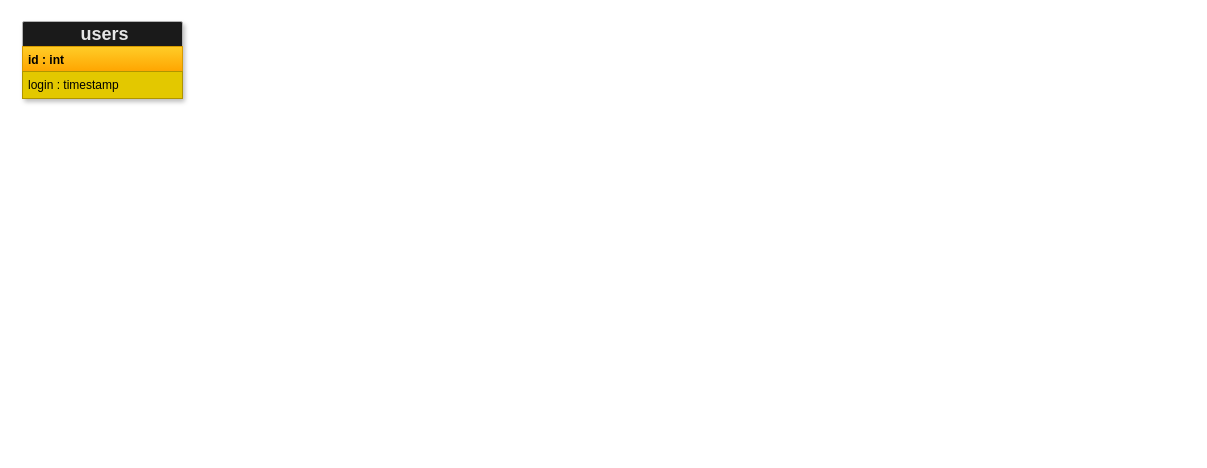
Before: page "v1.0" (1 of 2) of docs/ru/projects/openschool-map.drawio in grandcore/grandcore.github.io, a draw.io diagram. Source tidied: cells renumbered, new cells numbered last; positions are measured from the earlier drawing's top-left corner, leaving out a move shared by most shapes. Both pictures are drawn from the tidied source at 100%, with x=0, y=0 at pixel (22, 21).
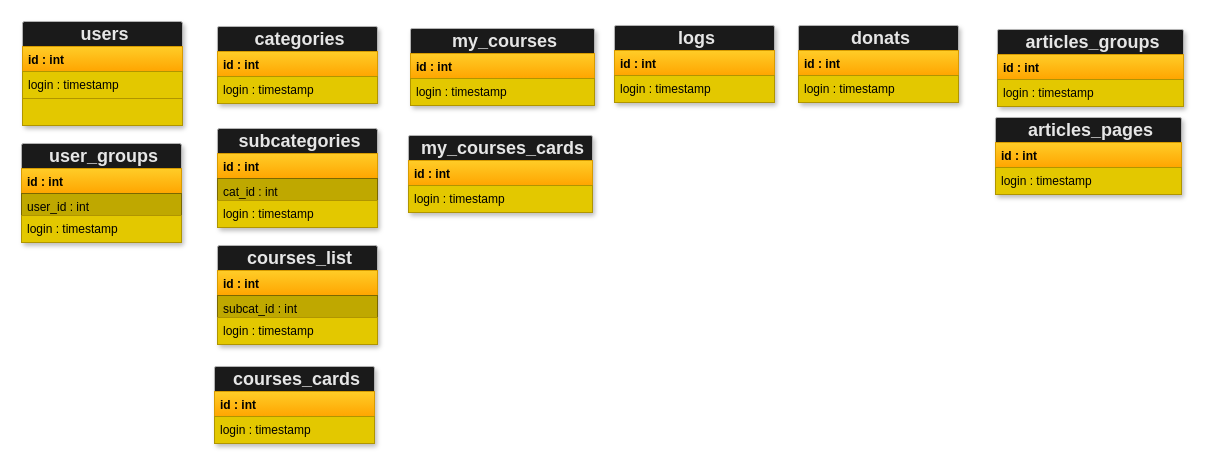
The same diagram, later.

The edit, as a diff of the source:
```diff
@@
     <mxCell id="2" style="fontStyle=1;align=center;verticalAlign=top;horizontal=1;fontColor=#ffffff;shadow=1;rounded=1;arcSize=2;strokeWidth=1;sketch=0;fillColor=#1A1A1A;strokeColor=#B3B3B3;" parent="1" vertex="1">
-      <mxGeometry width="160" height="77" as="geometry" />
+      <mxGeometry width="160" height="104" as="geometry" />
     </mxCell>
@@
+    <mxCell id="6" style="html=1;align=left;spacingLeft=4;verticalAlign=top;strokeColor=#B09500;fillColor=#e3c800;fontColor=#000000;rounded=0;" parent="2" vertex="1">
+      <mxGeometry y="77" width="160" height="27" as="geometry" />
+    </mxCell>
+    <mxCell id="7" style="fontStyle=1;align=center;verticalAlign=top;horizontal=1;fontColor=#ffffff;shadow=1;rounded=1;arcSize=2;strokeWidth=1;sketch=0;fillColor=#1A1A1A;strokeColor=#B3B3B3;" parent="1" vertex="1">
+      <mxGeometry x="-1" y="122" width="160" height="99" as="geometry" />
+    </mxCell>
+    <mxCell id="8" value="&lt;b&gt;&lt;font style=&quot;font-size: 18px&quot; color=&quot;#e6e6e6&quot;&gt;user_groups&lt;/font&gt;&lt;/b&gt;" style="html=1;align=center;spacingLeft=4;verticalAlign=middle;strokeColor=none;fillColor=none;" parent="7" vertex="1">
+      <mxGeometry width="160" height="25" as="geometry" />
+    </mxCell>
+    <mxCell id="9" value="&lt;b&gt;id : int&lt;/b&gt;" style="html=1;align=left;spacingLeft=4;verticalAlign=top;strokeColor=#d79b00;fillColor=#ffcd28;gradientColor=#ffa500;fontColor=#000000;" parent="7" vertex="1">
+      <mxGeometry y="25" width="160" height="25" as="geometry" />
+    </mxCell>
+    <mxCell id="10" value="user_id : int" style="html=1;align=left;spacingLeft=4;verticalAlign=top;fontColor=#000000;strokeWidth=1;strokeColor=#7A6800;perimeterSpacing=1;fillColor=#BFA800;" parent="7" vertex="1">
+      <mxGeometry y="50" width="160" height="22" as="geometry" />
+    </mxCell>
+    <mxCell id="11" value="login : timestamp" style="html=1;align=left;spacingLeft=4;verticalAlign=top;strokeColor=#B09500;fillColor=#e3c800;fontColor=#000000;rounded=0;" parent="7" vertex="1">
+      <mxGeometry y="72" width="160" height="27" as="geometry" />
+    </mxCell>
+    <mxCell id="12" style="fontStyle=1;align=center;verticalAlign=top;horizontal=1;fontColor=#ffffff;shadow=1;rounded=1;arcSize=2;strokeWidth=1;sketch=0;fillColor=#1A1A1A;strokeColor=#B3B3B3;" parent="1" vertex="1">
+      <mxGeometry x="195" y="5" width="160" height="77" as="geometry" />
+    </mxCell>
+    <mxCell id="13" value="&lt;b&gt;&lt;font style=&quot;font-size: 18px&quot; color=&quot;#e6e6e6&quot;&gt;categories&lt;/font&gt;&lt;/b&gt;" style="html=1;align=center;spacingLeft=4;verticalAlign=middle;strokeColor=none;fillColor=none;" parent="12" vertex="1">
+      <mxGeometry width="160" height="25" as="geometry" />
+    </mxCell>
+    <mxCell id="14" value="&lt;b&gt;id : int&lt;/b&gt;" style="html=1;align=left;spacingLeft=4;verticalAlign=top;strokeColor=#d79b00;fillColor=#ffcd28;gradientColor=#ffa500;fontColor=#000000;" parent="12" vertex="1">
+      <mxGeometry y="25" width="160" height="25" as="geometry" />
+    </mxCell>
+    <mxCell id="15" value="login : timestamp" style="html=1;align=left;spacingLeft=4;verticalAlign=top;strokeColor=#B09500;fillColor=#e3c800;fontColor=#000000;rounded=0;" parent="12" vertex="1">
+      <mxGeometry y="50" width="160" height="27" as="geometry" />
+    </mxCell>
+    <mxCell id="16" style="fontStyle=1;align=center;verticalAlign=top;horizontal=1;fontColor=#ffffff;shadow=1;rounded=1;arcSize=2;strokeWidth=1;sketch=0;fillColor=#1A1A1A;strokeColor=#B3B3B3;" parent="1" vertex="1">
+      <mxGeometry x="195" y="107" width="160" height="99" as="geometry" />
+    </mxCell>
+    <mxCell id="17" value="&lt;b&gt;&lt;font style=&quot;font-size: 18px&quot; color=&quot;#e6e6e6&quot;&gt;subcategories&lt;/font&gt;&lt;/b&gt;" style="html=1;align=center;spacingLeft=4;verticalAlign=middle;strokeColor=none;fillColor=none;" parent="16" vertex="1">
+      <mxGeometry width="160" height="25" as="geometry" />
+    </mxCell>
+    <mxCell id="18" value="&lt;b&gt;id : int&lt;/b&gt;" style="html=1;align=left;spacingLeft=4;verticalAlign=top;strokeColor=#d79b00;fillColor=#ffcd28;gradientColor=#ffa500;fontColor=#000000;" parent="16" vertex="1">
+      <mxGeometry y="25" width="160" height="25" as="geometry" />
+    </mxCell>
+    <mxCell id="19" value="cat_id : int" style="html=1;align=left;spacingLeft=4;verticalAlign=top;fontColor=#000000;strokeWidth=1;strokeColor=#7A6800;perimeterSpacing=1;fillColor=#BFA800;" parent="16" vertex="1">
+      <mxGeometry y="50" width="160" height="22" as="geometry" />
+    </mxCell>
+    <mxCell id="20" value="login : timestamp" style="html=1;align=left;spacingLeft=4;verticalAlign=top;strokeColor=#B09500;fillColor=#e3c800;fontColor=#000000;rounded=0;" parent="16" vertex="1">
+      <mxGeometry y="72" width="160" height="27" as="geometry" />
+    </mxCell>
+    <mxCell id="21" style="fontStyle=1;align=center;verticalAlign=top;horizontal=1;fontColor=#ffffff;shadow=1;rounded=1;arcSize=2;strokeWidth=1;sketch=0;fillColor=#1A1A1A;strokeColor=#B3B3B3;" parent="1" vertex="1">
+      <mxGeometry x="195" y="224" width="160" height="99" as="geometry" />
+    </mxCell>
+    <mxCell id="22" value="&lt;b&gt;&lt;font style=&quot;font-size: 18px&quot; color=&quot;#e6e6e6&quot;&gt;courses_list&lt;/font&gt;&lt;/b&gt;" style="html=1;align=center;spacingLeft=4;verticalAlign=middle;strokeColor=none;fillColor=none;" parent="21" vertex="1">
+      <mxGeometry width="160" height="25" as="geometry" />
+    </mxCell>
+    <mxCell id="23" value="&lt;b&gt;id : int&lt;/b&gt;" style="html=1;align=left;spacingLeft=4;verticalAlign=top;strokeColor=#d79b00;fillColor=#ffcd28;gradientColor=#ffa500;fontColor=#000000;" parent="21" vertex="1">
+      <mxGeometry y="25" width="160" height="25" as="geometry" />
+    </mxCell>
+    <mxCell id="24" value="subcat_id : int" style="html=1;align=left;spacingLeft=4;verticalAlign=top;fontColor=#000000;strokeWidth=1;strokeColor=#7A6800;perimeterSpacing=1;fillColor=#BFA800;" parent="21" vertex="1">
+      <mxGeometry y="50" width="160" height="22" as="geometry" />
+    </mxCell>
+    <mxCell id="25" value="login : timestamp" style="html=1;align=left;spacingLeft=4;verticalAlign=top;strokeColor=#B09500;fillColor=#e3c800;fontColor=#000000;rounded=0;" parent="21" vertex="1">
+      <mxGeometry y="72" width="160" height="27" as="geometry" />
+    </mxCell>
+    <mxCell id="26" style="fontStyle=1;align=center;verticalAlign=top;horizontal=1;fontColor=#ffffff;shadow=1;rounded=1;arcSize=2;strokeWidth=1;sketch=0;fillColor=#1A1A1A;strokeColor=#B3B3B3;" parent="1" vertex="1">
+      <mxGeometry x="192" y="345" width="160" height="77" as="geometry" />
+    </mxCell>
+    <mxCell id="27" value="&lt;b&gt;&lt;font style=&quot;font-size: 18px&quot; color=&quot;#e6e6e6&quot;&gt;courses_cards&lt;/font&gt;&lt;/b&gt;" style="html=1;align=center;spacingLeft=4;verticalAlign=middle;strokeColor=none;fillColor=none;" parent="26" vertex="1">
+      <mxGeometry width="160" height="25" as="geometry" />
+    </mxCell>
+    <mxCell id="28" value="&lt;b&gt;id : int&lt;/b&gt;" style="html=1;align=left;spacingLeft=4;verticalAlign=top;strokeColor=#d79b00;fillColor=#ffcd28;gradientColor=#ffa500;fontColor=#000000;" parent="26" vertex="1">
+      <mxGeometry y="25" width="160" height="25" as="geometry" />
+    </mxCell>
+    <mxCell id="29" value="login : timestamp" style="html=1;align=left;spacingLeft=4;verticalAlign=top;strokeColor=#B09500;fillColor=#e3c800;fontColor=#000000;rounded=0;" parent="26" vertex="1">
+      <mxGeometry y="50" width="160" height="27" as="geometry" />
+    </mxCell>
+    <mxCell id="30" style="fontStyle=1;align=center;verticalAlign=top;horizontal=1;fontColor=#ffffff;shadow=1;rounded=1;arcSize=2;strokeWidth=1;sketch=0;fillColor=#1A1A1A;strokeColor=#B3B3B3;" parent="1" vertex="1">
+      <mxGeometry x="592" y="4" width="160" height="77" as="geometry" />
+    </mxCell>
+    <mxCell id="31" value="&lt;b&gt;&lt;font style=&quot;font-size: 18px&quot; color=&quot;#e6e6e6&quot;&gt;logs&lt;/font&gt;&lt;/b&gt;" style="html=1;align=center;spacingLeft=4;verticalAlign=middle;strokeColor=none;fillColor=none;" parent="30" vertex="1">
+      <mxGeometry width="160" height="25" as="geometry" />
+    </mxCell>
+    <mxCell id="32" value="&lt;b&gt;id : int&lt;/b&gt;" style="html=1;align=left;spacingLeft=4;verticalAlign=top;strokeColor=#d79b00;fillColor=#ffcd28;gradientColor=#ffa500;fontColor=#000000;" parent="30" vertex="1">
+      <mxGeometry y="25" width="160" height="25" as="geometry" />
+    </mxCell>
+    <mxCell id="33" value="login : timestamp" style="html=1;align=left;spacingLeft=4;verticalAlign=top;strokeColor=#B09500;fillColor=#e3c800;fontColor=#000000;rounded=0;" parent="30" vertex="1">
+      <mxGeometry y="50" width="160" height="27" as="geometry" />
+    </mxCell>
+    <mxCell id="34" style="fontStyle=1;align=center;verticalAlign=top;horizontal=1;fontColor=#ffffff;shadow=1;rounded=1;arcSize=2;strokeWidth=1;sketch=0;fillColor=#1A1A1A;strokeColor=#B3B3B3;" parent="1" vertex="1">
+      <mxGeometry x="776" y="4" width="160" height="77" as="geometry" />
+    </mxCell>
+    <mxCell id="35" value="&lt;b&gt;&lt;font style=&quot;font-size: 18px&quot; color=&quot;#e6e6e6&quot;&gt;donats&lt;br&gt;&lt;/font&gt;&lt;/b&gt;" style="html=1;align=center;spacingLeft=4;verticalAlign=middle;strokeColor=none;fillColor=none;" parent="34" vertex="1">
+      <mxGeometry width="160" height="25" as="geometry" />
+    </mxCell>
+    <mxCell id="36" value="&lt;b&gt;id : int&lt;/b&gt;" style="html=1;align=left;spacingLeft=4;verticalAlign=top;strokeColor=#d79b00;fillColor=#ffcd28;gradientColor=#ffa500;fontColor=#000000;" parent="34" vertex="1">
+      <mxGeometry y="25" width="160" height="25" as="geometry" />
+    </mxCell>
+    <mxCell id="37" value="login : timestamp" style="html=1;align=left;spacingLeft=4;verticalAlign=top;strokeColor=#B09500;fillColor=#e3c800;fontColor=#000000;rounded=0;" parent="34" vertex="1">
+      <mxGeometry y="50" width="160" height="27" as="geometry" />
+    </mxCell>
+    <mxCell id="38" style="fontStyle=1;align=center;verticalAlign=top;horizontal=1;fontColor=#ffffff;shadow=1;rounded=1;arcSize=2;strokeWidth=1;sketch=0;fillColor=#1A1A1A;strokeColor=#B3B3B3;" parent="1" vertex="1">
+      <mxGeometry x="975" y="8" width="186" height="77" as="geometry" />
+    </mxCell>
+    <mxCell id="39" value="&lt;b&gt;&lt;font color=&quot;#e6e6e6&quot; style=&quot;font-size: 18px&quot;&gt;articles_groups&lt;/font&gt;&lt;/b&gt;&lt;b&gt;&lt;font style=&quot;font-size: 18px&quot; color=&quot;#e6e6e6&quot;&gt;&lt;br&gt;&lt;/font&gt;&lt;/b&gt;" style="html=1;align=center;spacingLeft=4;verticalAlign=middle;strokeColor=none;fillColor=none;" parent="38" vertex="1">
+      <mxGeometry width="186" height="25" as="geometry" />
+    </mxCell>
+    <mxCell id="40" value="&lt;b&gt;id : int&lt;/b&gt;" style="html=1;align=left;spacingLeft=4;verticalAlign=top;strokeColor=#d79b00;fillColor=#ffcd28;gradientColor=#ffa500;fontColor=#000000;" parent="38" vertex="1">
+      <mxGeometry y="25" width="186" height="25" as="geometry" />
+    </mxCell>
+    <mxCell id="41" value="login : timestamp" style="html=1;align=left;spacingLeft=4;verticalAlign=top;strokeColor=#B09500;fillColor=#e3c800;fontColor=#000000;rounded=0;" parent="38" vertex="1">
+      <mxGeometry y="50" width="186" height="27" as="geometry" />
+    </mxCell>
+    <mxCell id="42" style="fontStyle=1;align=center;verticalAlign=top;horizontal=1;fontColor=#ffffff;shadow=1;rounded=1;arcSize=2;strokeWidth=1;sketch=0;fillColor=#1A1A1A;strokeColor=#B3B3B3;" parent="1" vertex="1">
+      <mxGeometry x="973" y="96" width="186" height="77" as="geometry" />
+    </mxCell>
+    <mxCell id="43" value="&lt;b&gt;&lt;font color=&quot;#e6e6e6&quot; style=&quot;font-size: 18px&quot;&gt;articles_pages&lt;/font&gt;&lt;/b&gt;&lt;b&gt;&lt;font style=&quot;font-size: 18px&quot; color=&quot;#e6e6e6&quot;&gt;&lt;br&gt;&lt;/font&gt;&lt;/b&gt;" style="html=1;align=center;spacingLeft=4;verticalAlign=middle;strokeColor=none;fillColor=none;" parent="42" vertex="1">
+      <mxGeometry width="186" height="25" as="geometry" />
+    </mxCell>
+    <mxCell id="44" value="&lt;b&gt;id : int&lt;/b&gt;" style="html=1;align=left;spacingLeft=4;verticalAlign=top;strokeColor=#d79b00;fillColor=#ffcd28;gradientColor=#ffa500;fontColor=#000000;" parent="42" vertex="1">
+      <mxGeometry y="25" width="186" height="25" as="geometry" />
+    </mxCell>
+    <mxCell id="45" value="login : timestamp" style="html=1;align=left;spacingLeft=4;verticalAlign=top;strokeColor=#B09500;fillColor=#e3c800;fontColor=#000000;rounded=0;" parent="42" vertex="1">
+      <mxGeometry y="50" width="186" height="27" as="geometry" />
+    </mxCell>
+    <mxCell id="46" style="fontStyle=1;align=center;verticalAlign=top;horizontal=1;fontColor=#ffffff;shadow=1;rounded=1;arcSize=2;strokeWidth=1;sketch=0;fillColor=#1A1A1A;strokeColor=#B3B3B3;" parent="1" vertex="1">
+      <mxGeometry x="388" y="7" width="184" height="77" as="geometry" />
+    </mxCell>
+    <mxCell id="47" value="&lt;font color=&quot;#e6e6e6&quot;&gt;&lt;span style=&quot;font-size: 18px&quot;&gt;&lt;b&gt;my_courses&lt;br&gt;&lt;/b&gt;&lt;/span&gt;&lt;/font&gt;" style="html=1;align=center;spacingLeft=4;verticalAlign=middle;strokeColor=none;fillColor=none;" parent="46" vertex="1">
+      <mxGeometry width="184" height="25" as="geometry" />
+    </mxCell>
+    <mxCell id="48" value="&lt;b&gt;id : int&lt;/b&gt;" style="html=1;align=left;spacingLeft=4;verticalAlign=top;strokeColor=#d79b00;fillColor=#ffcd28;gradientColor=#ffa500;fontColor=#000000;" parent="46" vertex="1">
+      <mxGeometry y="25" width="184" height="25" as="geometry" />
+    </mxCell>
+    <mxCell id="49" value="login : timestamp" style="html=1;align=left;spacingLeft=4;verticalAlign=top;strokeColor=#B09500;fillColor=#e3c800;fontColor=#000000;rounded=0;" parent="46" vertex="1">
+      <mxGeometry y="50" width="184" height="27" as="geometry" />
+    </mxCell>
+    <mxCell id="50" style="fontStyle=1;align=center;verticalAlign=top;horizontal=1;fontColor=#ffffff;shadow=1;rounded=1;arcSize=2;strokeWidth=1;sketch=0;fillColor=#1A1A1A;strokeColor=#B3B3B3;" parent="1" vertex="1">
+      <mxGeometry x="386" y="114" width="184" height="77" as="geometry" />
+    </mxCell>
+    <mxCell id="51" value="&lt;font color=&quot;#e6e6e6&quot;&gt;&lt;span style=&quot;font-size: 18px&quot;&gt;&lt;b&gt;my_courses_cards&lt;br&gt;&lt;/b&gt;&lt;/span&gt;&lt;/font&gt;" style="html=1;align=center;spacingLeft=4;verticalAlign=middle;strokeColor=none;fillColor=none;" parent="50" vertex="1">
+      <mxGeometry width="184" height="25" as="geometry" />
+    </mxCell>
+    <mxCell id="52" value="&lt;b&gt;id : int&lt;/b&gt;" style="html=1;align=left;spacingLeft=4;verticalAlign=top;strokeColor=#d79b00;fillColor=#ffcd28;gradientColor=#ffa500;fontColor=#000000;" parent="50" vertex="1">
+      <mxGeometry y="25" width="184" height="25" as="geometry" />
+    </mxCell>
+    <mxCell id="53" value="login : timestamp" style="html=1;align=left;spacingLeft=4;verticalAlign=top;strokeColor=#B09500;fillColor=#e3c800;fontColor=#000000;rounded=0;" parent="50" vertex="1">
+      <mxGeometry y="50" width="184" height="27" as="geometry" />
+    </mxCell>
```
